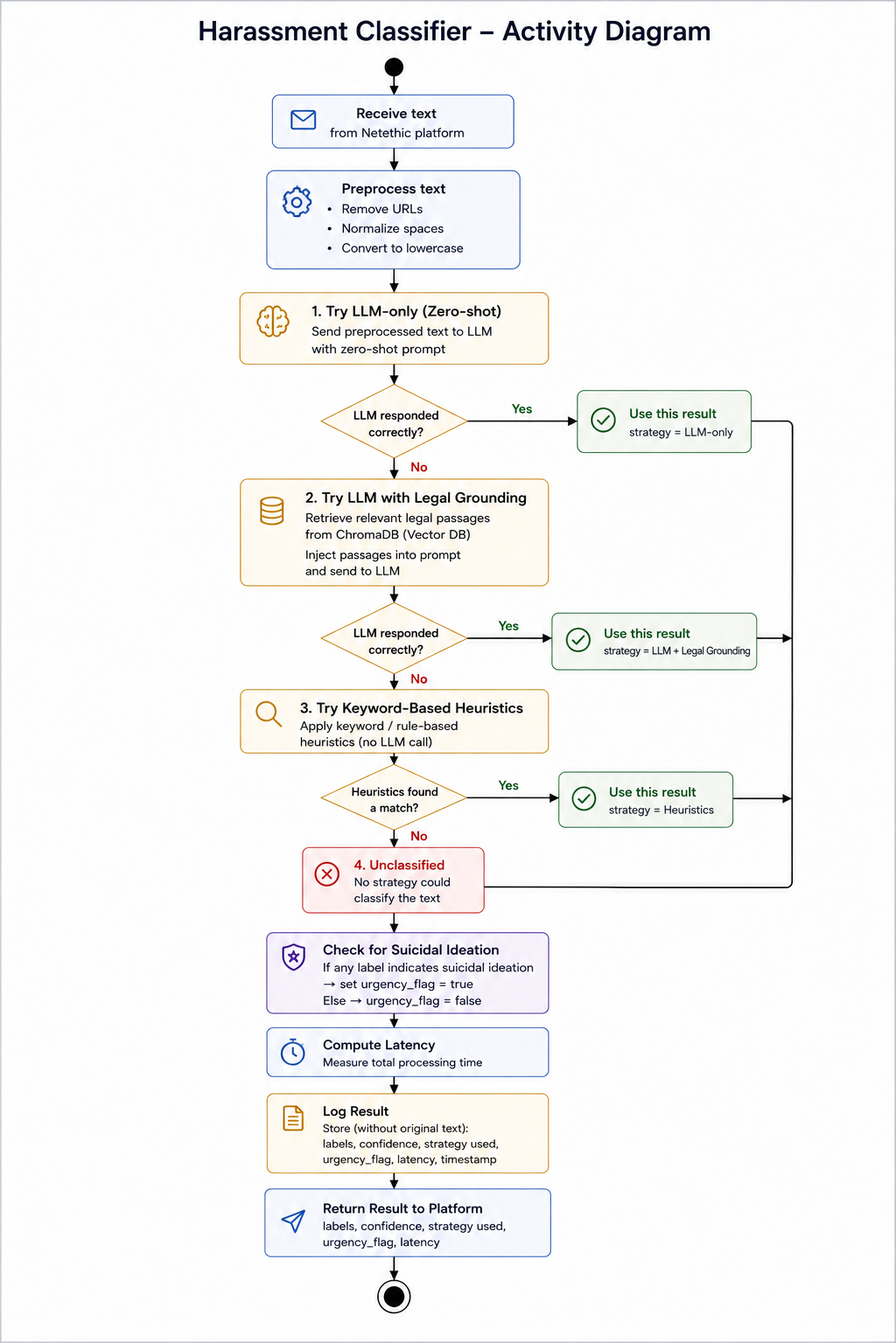
Before: diagramme/10_activite_classificateur.png, a diagram exported from PlantUML (RedFalcon22/Rapport_ISTIC_2025_2026_v2). Its source is kept beside it as figures/10_activite_classificateur.puml.
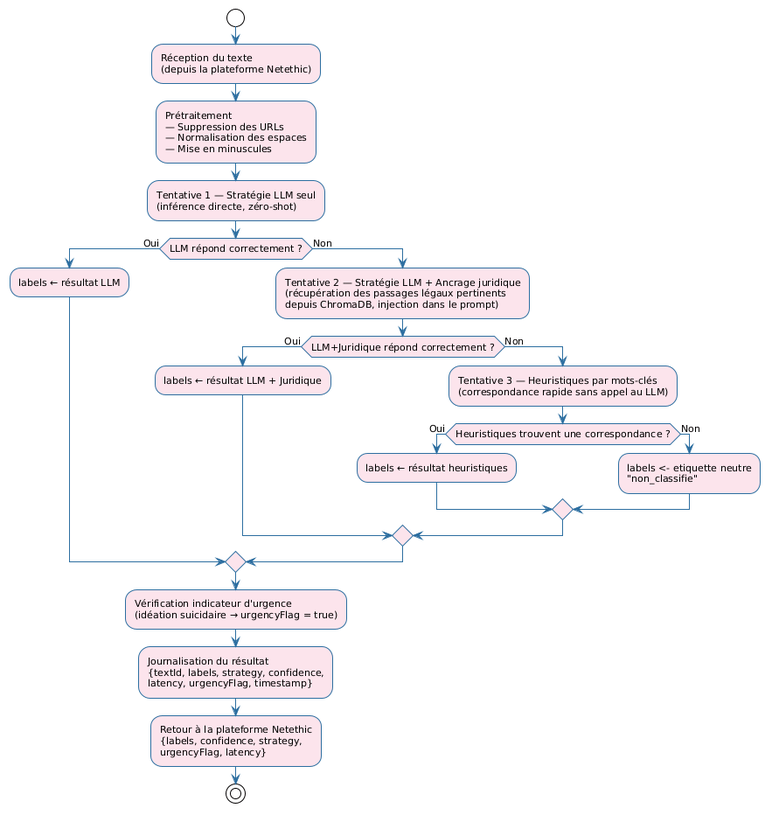
Above is the later version.

What changed in the source:
```diff
@@ -8,7 +8,6 @@
 skinparam defaultFontName Arial
 skinparam defaultFontSize 11
 
-title Diagramme d'activité — Classificateur (chaîne de repli)
 
 start
 
@@ -33,7 +32,7 @@
     if (Heuristiques trouvent une correspondance ?) then (Oui)
       :labels ← résultat heuristiques;
     else (Non)
-      #LightGray:labels ← étiquette neutre\n"non_classifié";
+      :labels <- etiquette neutre\n"non_classifie";
     endif
 
   endif
```
